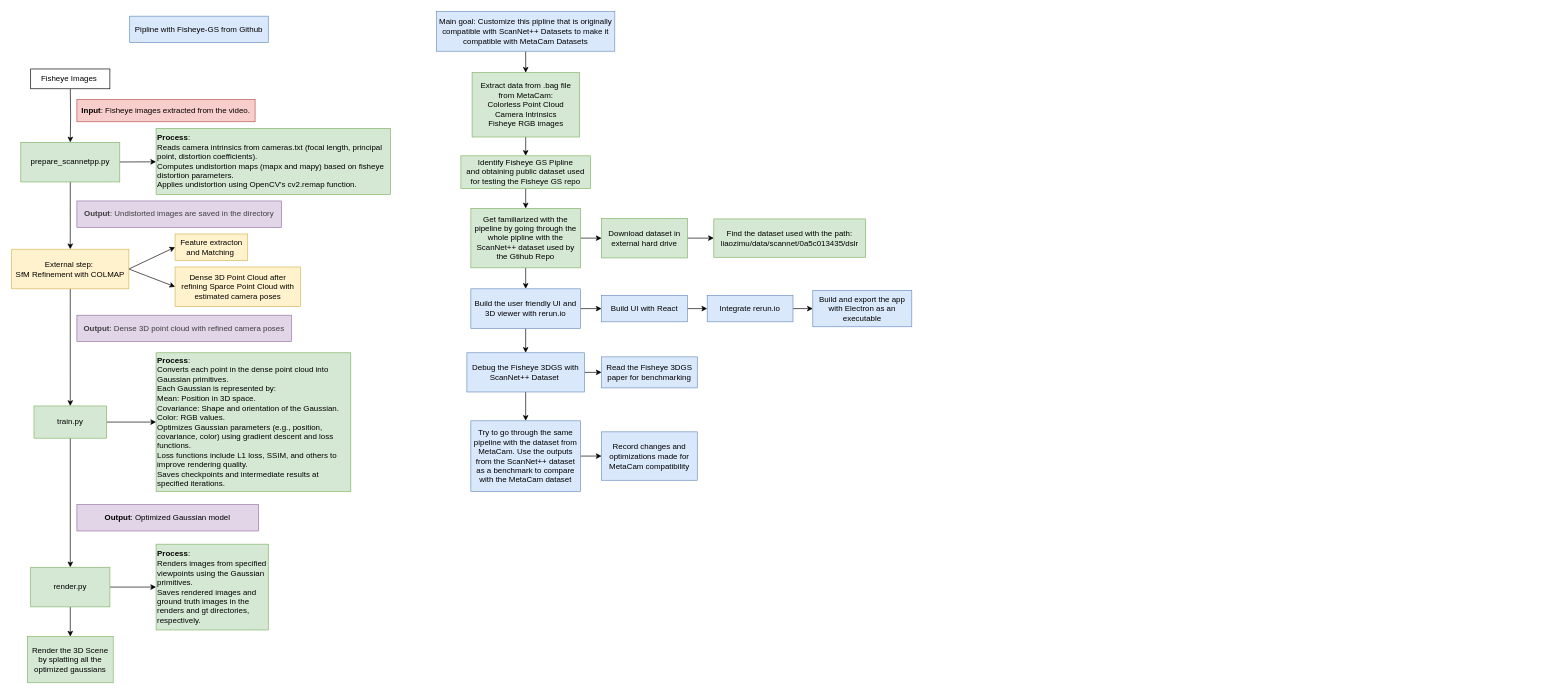
This is 3DGS Pipeline.drawio from aza1re/Fisheye-GS, a draw.io file, before an edit. Source tidied: cells renumbered, new cells numbered last; positions are measured from the earlier drawing's top-left corner, leaving out a move shared by most shapes. Both pictures are drawn from the tidied source at 66%, with x=0, y=0 at pixel (11, 11).
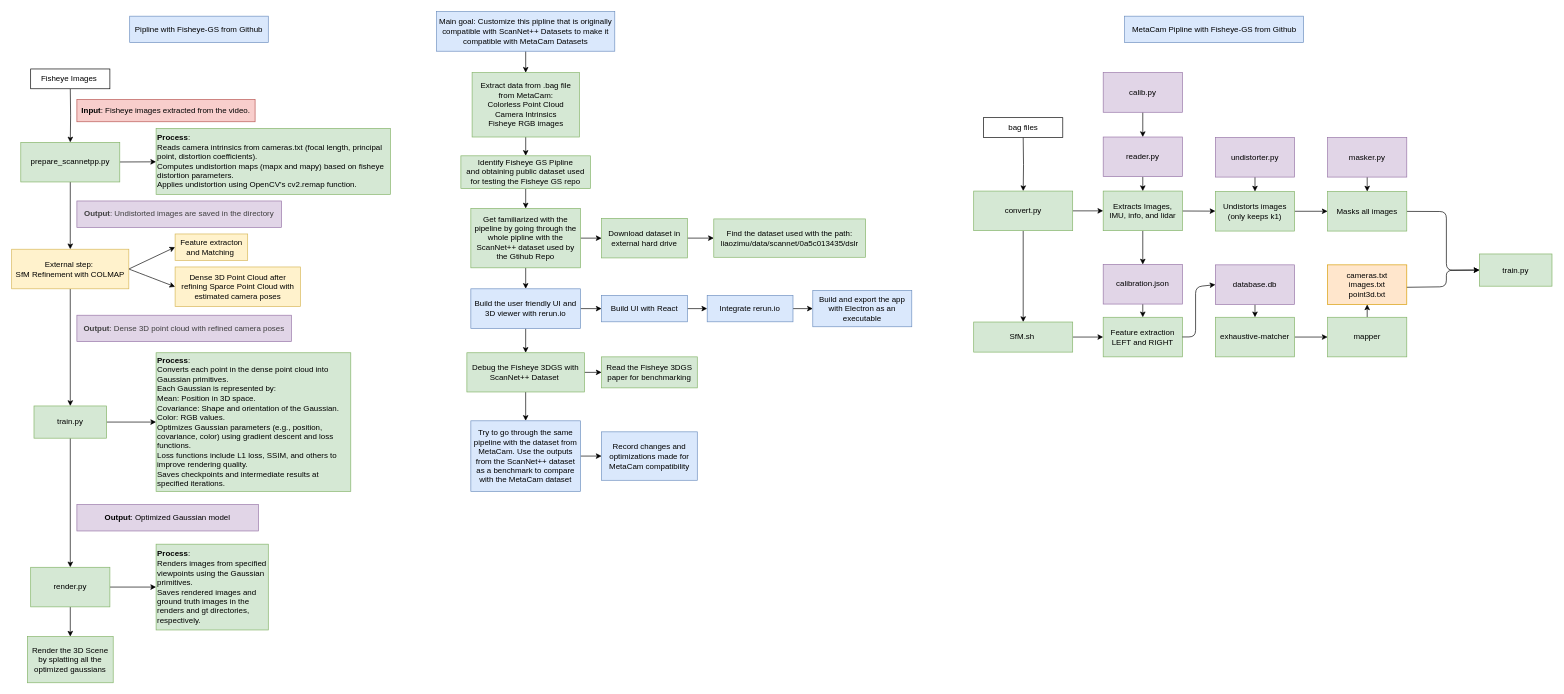
Above is the later version.

Diff of the diagram source:
```diff
@@
-    <mxCell id="39" value="Debug the Fisheye 3DGS with ScanNet++ Dataset&amp;nbsp;" style="whiteSpace=wrap;html=1;fillColor=#dae8fc;strokeColor=#6c8ebf;rounded=0;" parent="1" vertex="1">
+    <mxCell id="39" value="Debug the Fisheye 3DGS with ScanNet++ Dataset&amp;nbsp;" style="whiteSpace=wrap;html=1;fillColor=#d5e8d4;strokeColor=#82b366;rounded=0;" parent="1" vertex="1">
       <mxGeometry x="689.9" y="517" width="178.1" height="59.4" as="geometry" />
     </mxCell>
@@
-    <mxCell id="43" value="Read the Fisheye 3DGS paper for benchmarking" style="whiteSpace=wrap;html=1;fillColor=#dae8fc;strokeColor=#6c8ebf;rounded=0;" parent="1" vertex="1">
+    <mxCell id="43" value="Read the Fisheye 3DGS paper for benchmarking" style="whiteSpace=wrap;html=1;fillColor=#d5e8d4;strokeColor=#82b366;rounded=0;" parent="1" vertex="1">
       <mxGeometry x="894" y="523.2" width="145" height="47" as="geometry" />
     </mxCell>
@@
+    <mxCell id="55" style="edgeStyle=orthogonalEdgeStyle;rounded=0;jettySize=auto;html=1;" parent="1" edge="1" target="59">
+      <mxGeometry relative="1" as="geometry">
+        <mxPoint x="1532.8" y="190.8" as="sourcePoint" />
+      </mxGeometry>
+    </mxCell>
+    <mxCell id="56" value="MetaCam Pipline with Fisheye-GS from Github" style="rounded=0;whiteSpace=wrap;html=1;fillColor=#dae8fc;strokeColor=#6c8ebf;" parent="1" vertex="1">
+      <mxGeometry x="1686.5" y="7" width="271.2" height="40" as="geometry" />
+    </mxCell>
+    <mxCell id="57" style="edgeStyle=none;html=1;entryX=0.5;entryY=0;entryDx=0;entryDy=0;" parent="1" edge="1" source="59" target="63">
+      <mxGeometry relative="1" as="geometry" />
+    </mxCell>
+    <mxCell id="58" style="edgeStyle=none;html=1;" parent="1" edge="1" source="59" target="66">
+      <mxGeometry relative="1" as="geometry" />
+    </mxCell>
+    <mxCell id="59" value="convert.py" style="whiteSpace=wrap;html=1;rounded=0;fillColor=#d5e8d4;strokeColor=#82b366;" parent="1" vertex="1">
+      <mxGeometry x="1457.8" y="272" width="150" height="60" as="geometry" />
+    </mxCell>
+    <mxCell id="60" value="bag files" style="rounded=0;whiteSpace=wrap;html=1;" parent="1" vertex="1">
+      <mxGeometry x="1472.8" y="160.8" width="120" height="30" as="geometry" />
+    </mxCell>
+    <mxCell id="61" value="train.py" style="whiteSpace=wrap;html=1;rounded=0;fillColor=#d5e8d4;strokeColor=#82b366;" parent="1" vertex="1">
+      <mxGeometry x="2224" y="367.3" width="110" height="48.8" as="geometry" />
+    </mxCell>
+    <mxCell id="62" style="edgeStyle=none;html=1;" parent="1" edge="1" source="63" target="79">
+      <mxGeometry relative="1" as="geometry" />
+    </mxCell>
+    <mxCell id="63" value="SfM.sh&amp;nbsp;" style="rounded=0;whiteSpace=wrap;html=1;fillColor=#d5e8d4;strokeColor=#82b366;" parent="1" vertex="1">
+      <mxGeometry x="1457.8" y="470.4" width="150" height="45.6" as="geometry" />
+    </mxCell>
+    <mxCell id="64" style="edgeStyle=none;html=1;" parent="1" edge="1" source="66" target="68">
+      <mxGeometry relative="1" as="geometry" />
+    </mxCell>
+    <mxCell id="65" style="edgeStyle=none;html=1;" parent="1" edge="1" source="66" target="87">
+      <mxGeometry relative="1" as="geometry" />
+    </mxCell>
+    <mxCell id="66" value="Extracts Images, IMU, info, and lidar" style="whiteSpace=wrap;html=1;fillColor=#d5e8d4;strokeColor=#82b366;rounded=0;" parent="1" vertex="1">
+      <mxGeometry x="1654" y="272" width="120" height="60" as="geometry" />
+    </mxCell>
+    <mxCell id="67" style="edgeStyle=none;html=1;" parent="1" edge="1" source="68" target="70">
+      <mxGeometry relative="1" as="geometry" />
+    </mxCell>
+    <mxCell id="68" value="Undistorts images (only keeps k1)" style="whiteSpace=wrap;html=1;fillColor=#d5e8d4;strokeColor=#82b366;rounded=0;" parent="1" vertex="1">
+      <mxGeometry x="1824" y="272.6" width="120" height="60" as="geometry" />
+    </mxCell>
+    <mxCell id="69" style="edgeStyle=none;html=1;entryX=0;entryY=0.5;entryDx=0;entryDy=0;" parent="1" edge="1" source="70" target="61">
+      <mxGeometry relative="1" as="geometry">
+        <Array as="points">
+          <mxPoint x="2174" y="303" />
+          <mxPoint x="2174" y="392" />
+        </Array>
+      </mxGeometry>
+    </mxCell>
+    <mxCell id="70" value="Masks all images" style="whiteSpace=wrap;html=1;fillColor=#d5e8d4;strokeColor=#82b366;rounded=0;" parent="1" vertex="1">
+      <mxGeometry x="1994" y="272.6" width="120" height="60" as="geometry" />
+    </mxCell>
+    <mxCell id="71" style="edgeStyle=none;html=1;" parent="1" edge="1" source="72" target="68">
+      <mxGeometry relative="1" as="geometry" />
+    </mxCell>
+    <mxCell id="72" value="undistorter.py" style="whiteSpace=wrap;html=1;fillColor=#e1d5e7;strokeColor=#9673a6;rounded=0;" parent="1" vertex="1">
+      <mxGeometry x="1824" y="190.8" width="120" height="60" as="geometry" />
+    </mxCell>
+    <mxCell id="73" style="edgeStyle=none;html=1;" parent="1" edge="1" source="74" target="70">
+      <mxGeometry relative="1" as="geometry" />
+    </mxCell>
+    <mxCell id="74" value="masker.py" style="whiteSpace=wrap;html=1;fillColor=#e1d5e7;strokeColor=#9673a6;rounded=0;" parent="1" vertex="1">
+      <mxGeometry x="1994" y="190.8" width="120" height="60" as="geometry" />
+    </mxCell>
+    <mxCell id="75" style="edgeStyle=none;html=1;" parent="1" edge="1" source="76" target="66">
+      <mxGeometry relative="1" as="geometry" />
+    </mxCell>
+    <mxCell id="76" value="reader.py" style="whiteSpace=wrap;html=1;fillColor=#e1d5e7;strokeColor=#9673a6;rounded=0;" parent="1" vertex="1">
+      <mxGeometry x="1654" y="190.1" width="120" height="60" as="geometry" />
+    </mxCell>
+    <mxCell id="77" style="edgeStyle=none;html=1;" parent="1" edge="1" source="78" target="76">
+      <mxGeometry relative="1" as="geometry" />
+    </mxCell>
+    <mxCell id="78" value="calib.py" style="whiteSpace=wrap;html=1;fillColor=#e1d5e7;strokeColor=#9673a6;rounded=0;" parent="1" vertex="1">
+      <mxGeometry x="1654" y="92.6" width="120" height="60" as="geometry" />
+    </mxCell>
+    <mxCell id="79" value="Feature extraction LEFT and RIGHT" style="whiteSpace=wrap;html=1;fillColor=#d5e8d4;strokeColor=#82b366;rounded=0;" parent="1" vertex="1">
+      <mxGeometry x="1654" y="463.2" width="120" height="60" as="geometry" />
+    </mxCell>
+    <mxCell id="80" style="edgeStyle=none;html=1;" parent="1" edge="1" source="81" target="83">
+      <mxGeometry relative="1" as="geometry" />
+    </mxCell>
+    <mxCell id="81" value="exhaustive-matcher" style="whiteSpace=wrap;html=1;fillColor=#d5e8d4;strokeColor=#82b366;rounded=0;" parent="1" vertex="1">
+      <mxGeometry x="1824" y="463.2" width="120" height="60" as="geometry" />
+    </mxCell>
+    <mxCell id="82" style="edgeStyle=none;html=1;" parent="1" edge="1" source="83" target="90">
+      <mxGeometry relative="1" as="geometry" />
+    </mxCell>
+    <mxCell id="83" value="mapper" style="whiteSpace=wrap;html=1;fillColor=#d5e8d4;strokeColor=#82b366;rounded=0;" parent="1" vertex="1">
+      <mxGeometry x="1994" y="463.2" width="120" height="60" as="geometry" />
+    </mxCell>
+    <mxCell id="84" style="edgeStyle=none;html=1;" parent="1" edge="1" source="85" target="81">
+      <mxGeometry relative="1" as="geometry" />
+    </mxCell>
+    <mxCell id="85" value="database.db" style="whiteSpace=wrap;html=1;fillColor=#e1d5e7;strokeColor=#9673a6;rounded=0;" parent="1" vertex="1">
+      <mxGeometry x="1824" y="383.8" width="120" height="60" as="geometry" />
+    </mxCell>
+    <mxCell id="86" style="edgeStyle=none;html=1;" parent="1" edge="1" source="87" target="79">
+      <mxGeometry relative="1" as="geometry" />
+    </mxCell>
+    <mxCell id="87" value="calibration.json" style="whiteSpace=wrap;html=1;fillColor=#e1d5e7;strokeColor=#9673a6;rounded=0;" parent="1" vertex="1">
+      <mxGeometry x="1654" y="383.2" width="120" height="60" as="geometry" />
+    </mxCell>
+    <mxCell id="88" style="edgeStyle=none;html=1;entryX=0;entryY=0.5;entryDx=0;entryDy=0;" parent="1" edge="1" source="79" target="85">
+      <mxGeometry relative="1" as="geometry">
+        <Array as="points">
+          <mxPoint x="1794" y="493" />
+          <mxPoint x="1794" y="417" />
+        </Array>
+      </mxGeometry>
+    </mxCell>
+    <mxCell id="89" style="edgeStyle=none;html=1;entryX=0;entryY=0.5;entryDx=0;entryDy=0;exitX=0.986;exitY=0.567;exitDx=0;exitDy=0;exitPerimeter=0;" parent="1" edge="1" source="90" target="61">
+      <mxGeometry relative="1" as="geometry">
+        <Array as="points">
+          <mxPoint x="2174" y="417" />
+          <mxPoint x="2174" y="392" />
+        </Array>
+      </mxGeometry>
+    </mxCell>
+    <mxCell id="90" value="cameras.txt&lt;div&gt;images.txt&lt;/div&gt;&lt;div&gt;point3d.txt&lt;/div&gt;" style="whiteSpace=wrap;html=1;fillColor=#ffe6cc;strokeColor=#d79b00;rounded=0;" parent="1" vertex="1">
+      <mxGeometry x="1994" y="383.8" width="120" height="60" as="geometry" />
+    </mxCell>
```
